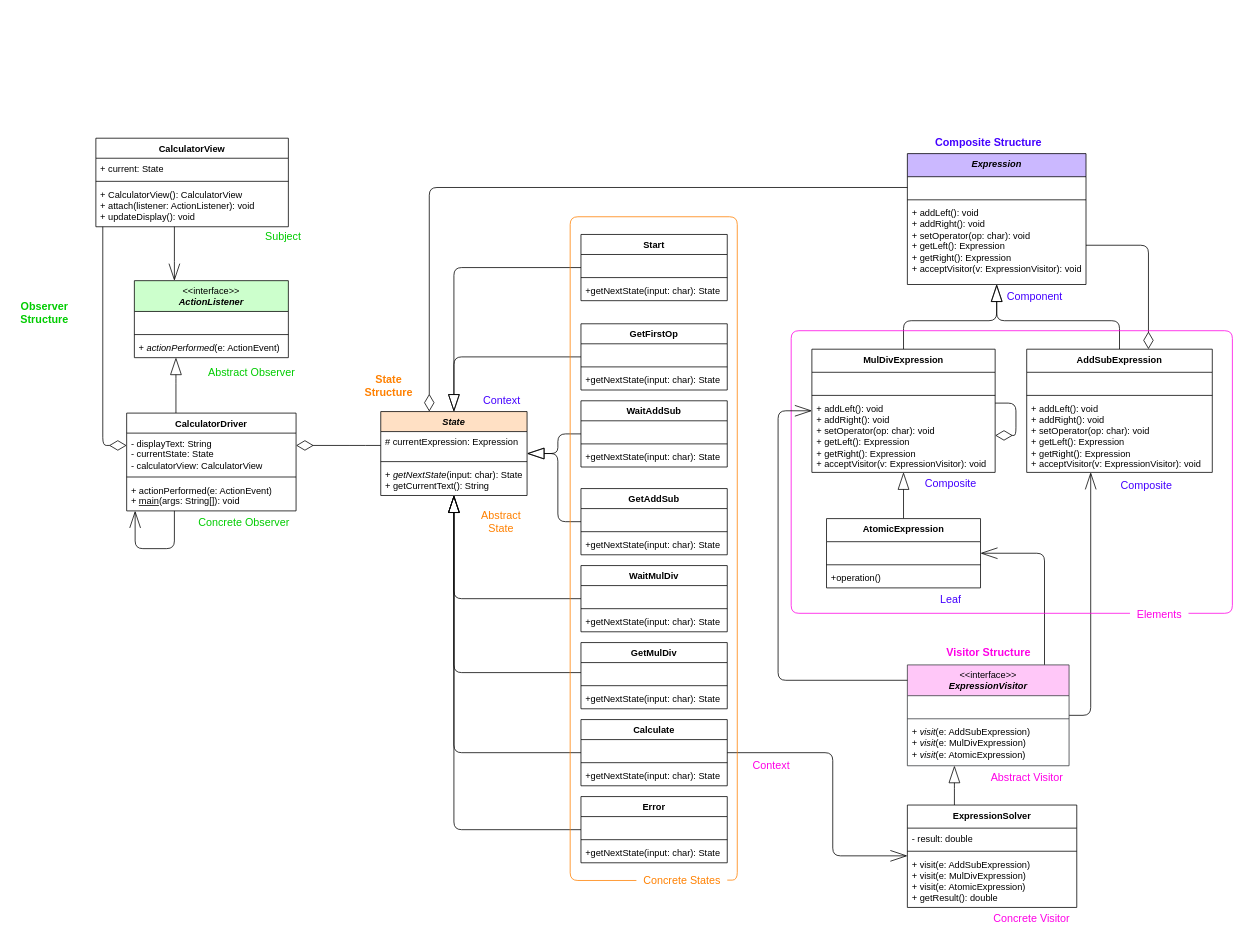
Earlier version of the draw.io diagram Assignment 4/Calculator Class Diagram.drawio (slamjam02/SE311-Homeworks). Source tidied: cells renumbered, new cells numbered last; positions are measured from the earlier drawing's top-left corner, leaving out a move shared by most shapes. Both pictures are drawn from the tidied source at 77%, with x=0, y=0 at pixel (13, 131).
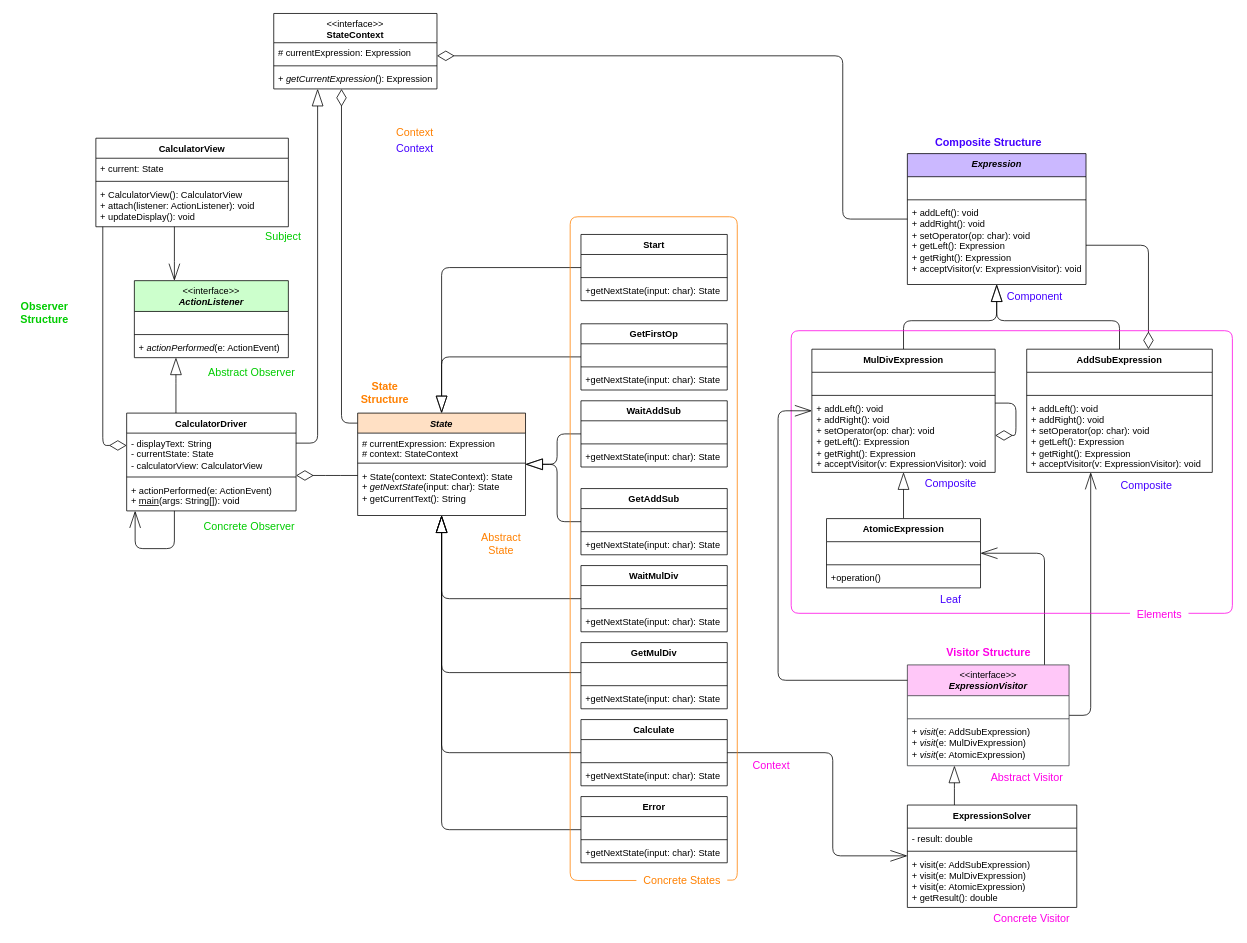
Above is the later version.

The change refers to these unchanged cells:
```xml
<mxCell id="3" value="CalculatorDriver" style="swimlane;fontStyle=1;align=center;verticalAlign=top;horizontal=1;startSize=26;whiteSpace=wrap;html=1;fillColor=#FFFFFF;" parent="1" vertex="1">
  <mxGeometry x="147" y="366" width="220" height="127" as="geometry" />
</mxCell>
<mxCell id="72" value="&lt;i&gt;Expression&lt;/i&gt;" style="swimlane;fontStyle=1;align=center;verticalAlign=top;horizontal=1;startSize=30;whiteSpace=wrap;html=1;fillColor=#CBB8FF;" parent="1" vertex="1">
  <mxGeometry x="1160.9" y="29" width="232" height="170" as="geometry" />
</mxCell>
```

The edit, as a diff of the source:
```diff
@@
+    <mxCell id="118" style="edgeStyle=orthogonalEdgeStyle;shape=connector;curved=0;rounded=1;jettySize=auto;html=1;strokeColor=default;align=center;verticalAlign=middle;fontFamily=Helvetica;fontSize=11;fontColor=default;labelBackgroundColor=default;endArrow=blockThin;endFill=0;endSize=20;" parent="1" edge="1" source="3" target="120">
+      <mxGeometry relative="1" as="geometry">
+        <Array as="points">
+          <mxPoint x="395" y="405" />
+        </Array>
+      </mxGeometry>
+    </mxCell>
@@
     <mxCell id="8" style="edgeStyle=orthogonalEdgeStyle;shape=connector;rounded=1;jettySize=auto;html=1;strokeColor=default;align=center;verticalAlign=middle;fontFamily=Helvetica;fontSize=11;fontColor=default;labelBackgroundColor=default;endArrow=diamondThin;endFill=0;endSize=20;curved=0;" parent="1" edge="1" source="9" target="3">
       <mxGeometry relative="1" as="geometry">
         <Array as="points">
-          <mxPoint x="447" y="408" />
-          <mxPoint x="447" y="408" />
+          <mxPoint x="415" y="447" />
+          <mxPoint x="415" y="447" />
         </Array>
       </mxGeometry>
     </mxCell>
+    <mxCell id="119" style="edgeStyle=orthogonalEdgeStyle;shape=connector;curved=0;rounded=1;jettySize=auto;html=1;strokeColor=default;align=center;verticalAlign=middle;fontFamily=Helvetica;fontSize=11;fontColor=default;labelBackgroundColor=default;endArrow=diamondThin;endFill=0;endSize=20;" parent="1" edge="1" source="9" target="120">
+      <mxGeometry relative="1" as="geometry">
+        <Array as="points">
+          <mxPoint x="426" y="379" />
+        </Array>
+      </mxGeometry>
+    </mxCell>
     <mxCell id="9" value="&lt;i&gt;State&lt;/i&gt;" style="swimlane;fontStyle=1;align=center;verticalAlign=top;horizontal=1;startSize=26;whiteSpace=wrap;html=1;fillColor=#FFE0C4;" parent="1" vertex="1">
-      <mxGeometry x="477" y="364" width="190" height="109" as="geometry" />
+      <mxGeometry x="447" y="366" width="218" height="133" as="geometry" />
     </mxCell>
-    <mxCell id="10" value="&lt;div&gt;# currentExpression: Expression&lt;/div&gt;" style="text;strokeColor=none;fillColor=none;align=left;verticalAlign=top;spacingLeft=4;spacingRight=4;overflow=hidden;whiteSpace=wrap;html=1;" parent="9" vertex="1">
-      <mxGeometry y="26" width="190" height="35" as="geometry" />
+    <mxCell id="10" value="&lt;div&gt;# currentExpression: Expression&lt;/div&gt;&lt;div&gt;# context: StateContext&lt;/div&gt;" style="text;strokeColor=none;fillColor=none;align=left;verticalAlign=top;spacingLeft=4;spacingRight=4;overflow=hidden;whiteSpace=wrap;html=1;" parent="9" vertex="1">
+      <mxGeometry y="26" width="218" height="35" as="geometry" />
     </mxCell>
     <mxCell id="11" style="line;strokeWidth=1;fillColor=none;align=left;verticalAlign=middle;spacingTop=-1;spacingLeft=3;spacingRight=3;labelPosition=right;strokeColor=inherit;" parent="9" vertex="1">
-      <mxGeometry y="61" width="190" height="8" as="geometry" />
+      <mxGeometry y="61" width="218" height="8" as="geometry" />
     </mxCell>
-    <mxCell id="12" value="+&amp;nbsp;&lt;i&gt;getNextState&lt;/i&gt;(input: char): State&lt;div&gt;+ getCurrentText(): String&lt;/div&gt;" style="text;strokeColor=none;fillColor=none;align=left;verticalAlign=top;spacingLeft=4;spacingRight=4;overflow=hidden;whiteSpace=wrap;html=1;" parent="9" vertex="1">
-      <mxGeometry y="69" width="190" height="40" as="geometry" />
+    <mxCell id="12" value="+ State(context: StateContext): State&lt;div&gt;+&amp;nbsp;&lt;i&gt;getNextState&lt;/i&gt;(input: char): State&lt;div&gt;+ getCurrentText(): String&lt;/div&gt;&lt;/div&gt;" style="text;strokeColor=none;fillColor=none;align=left;verticalAlign=top;spacingLeft=4;spacingRight=4;overflow=hidden;whiteSpace=wrap;html=1;" parent="9" vertex="1">
+      <mxGeometry y="69" width="218" height="64" as="geometry" />
     </mxCell>
@@
-    <mxCell id="71" style="edgeStyle=orthogonalEdgeStyle;rounded=1;jettySize=auto;html=1;endArrow=diamondThin;endFill=0;endSize=20;curved=0;" parent="1" edge="1" source="72" target="9">
+    <mxCell id="71" style="edgeStyle=orthogonalEdgeStyle;rounded=1;jettySize=auto;html=1;endArrow=diamondThin;endFill=0;endSize=20;curved=0;" parent="1" edge="1" source="72" target="120">
       <mxGeometry relative="1" as="geometry">
         <Array as="points">
-          <mxPoint x="540" y="73" />
+          <mxPoint x="1077" y="114" />
+          <mxPoint x="1077" y="-98" />
         </Array>
       </mxGeometry>
     </mxCell>
@@
     <mxCell id="108" value="&lt;font color=&quot;#4400ff&quot; style=&quot;font-size: 14px;&quot;&gt;&lt;span style=&quot;font-size: 14px;&quot;&gt;Context&lt;/span&gt;&lt;/font&gt;" style="text;html=1;align=center;verticalAlign=middle;strokeColor=none;fillColor=none;fontFamily=Helvetica;fontSize=14;fontColor=default;labelBackgroundColor=default;" parent="1" vertex="1">
-      <mxGeometry x="601" y="335" width="66" height="29" as="geometry" />
+      <mxGeometry x="488" y="7" width="66" height="29" as="geometry" />
     </mxCell>
@@
     <mxCell id="111" value="&lt;span&gt;Concrete Observer&lt;/span&gt;" style="text;html=1;align=center;verticalAlign=middle;strokeColor=none;fillColor=none;fontFamily=Helvetica;fontSize=14;fontColor=#00CC00;labelBackgroundColor=default;fontStyle=0;" parent="1" vertex="1">
-      <mxGeometry x="231" y="493" width="136" height="29" as="geometry" />
+      <mxGeometry x="238" y="498" width="136" height="29" as="geometry" />
     </mxCell>
@@
     <mxCell id="113" value="&lt;b&gt;State&lt;/b&gt;&lt;div&gt;&lt;b&gt;Structure&lt;/b&gt;&lt;/div&gt;" style="text;html=1;align=center;verticalAlign=middle;strokeColor=none;fillColor=none;fontFamily=Helvetica;fontSize=14;fontColor=#FF8000;labelBackgroundColor=default;" parent="1" vertex="1">
-      <mxGeometry x="447" y="307" width="80" height="46" as="geometry" />
+      <mxGeometry x="442" y="316" width="80" height="46" as="geometry" />
     </mxCell>
     <mxCell id="114" value="&lt;span&gt;Abstract&lt;/span&gt;&lt;div&gt;&lt;span&gt;State&lt;/span&gt;&lt;/div&gt;" style="text;html=1;align=center;verticalAlign=middle;strokeColor=none;fillColor=none;fontFamily=Helvetica;fontSize=14;fontColor=#FF8000;labelBackgroundColor=default;fontStyle=0;" parent="1" vertex="1">
-      <mxGeometry x="598" y="484" width="69" height="46" as="geometry" />
+      <mxGeometry x="598" y="513" width="69" height="46" as="geometry" />
     </mxCell>
@@
+    <mxCell id="120" value="&lt;span style=&quot;font-weight: normal;&quot;&gt;&amp;lt;&amp;lt;interface&amp;gt;&amp;gt;&lt;/span&gt;&lt;div&gt;StateContext&lt;/div&gt;" style="swimlane;fontStyle=1;align=center;verticalAlign=top;horizontal=1;startSize=38;whiteSpace=wrap;html=1;" parent="1" vertex="1">
+      <mxGeometry x="338" y="-153" width="212" height="98" as="geometry" />
+    </mxCell>
+    <mxCell id="121" value="# currentExpression: Expression" style="text;strokeColor=none;fillColor=none;align=left;verticalAlign=top;spacingLeft=4;spacingRight=4;overflow=hidden;whiteSpace=wrap;html=1;" parent="120" vertex="1">
+      <mxGeometry y="38" width="212" height="26" as="geometry" />
+    </mxCell>
+    <mxCell id="122" style="line;strokeWidth=1;fillColor=none;align=left;verticalAlign=middle;spacingTop=-1;spacingLeft=3;spacingRight=3;labelPosition=right;strokeColor=inherit;" parent="120" vertex="1">
+      <mxGeometry y="64" width="212" height="8" as="geometry" />
+    </mxCell>
+    <mxCell id="123" value="+ &lt;i&gt;getCurrentExpression&lt;/i&gt;(): Expression" style="text;strokeColor=none;fillColor=none;align=left;verticalAlign=top;spacingLeft=4;spacingRight=4;overflow=hidden;whiteSpace=wrap;html=1;" parent="120" vertex="1">
+      <mxGeometry y="72" width="212" height="26" as="geometry" />
+    </mxCell>
+    <mxCell id="124" value="Context" style="text;html=1;align=center;verticalAlign=middle;strokeColor=none;fillColor=none;fontFamily=Helvetica;fontSize=14;fontColor=#FF8000;labelBackgroundColor=default;fontStyle=0;" parent="1" vertex="1">
+      <mxGeometry x="488" y="-13" width="66" height="29" as="geometry" />
+    </mxCell>
```
